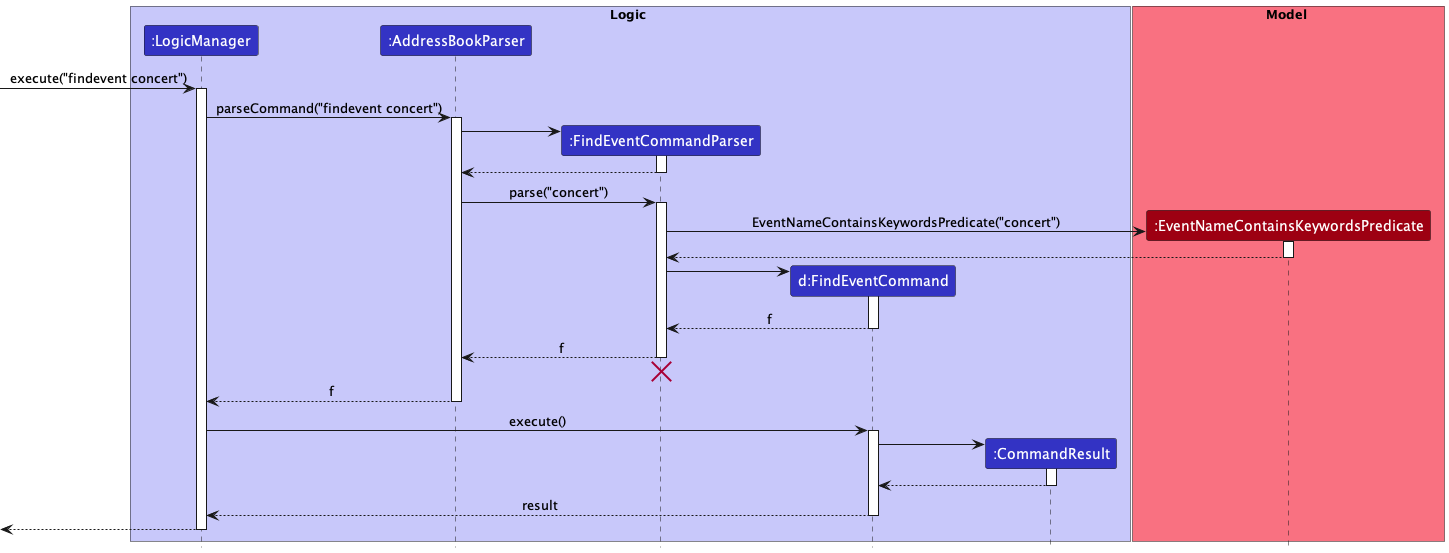
The PlantUML diagram docs/images/FindEventSequenceDiagram.png in nus-cs2103-AY2223S2/tp, before a commit.
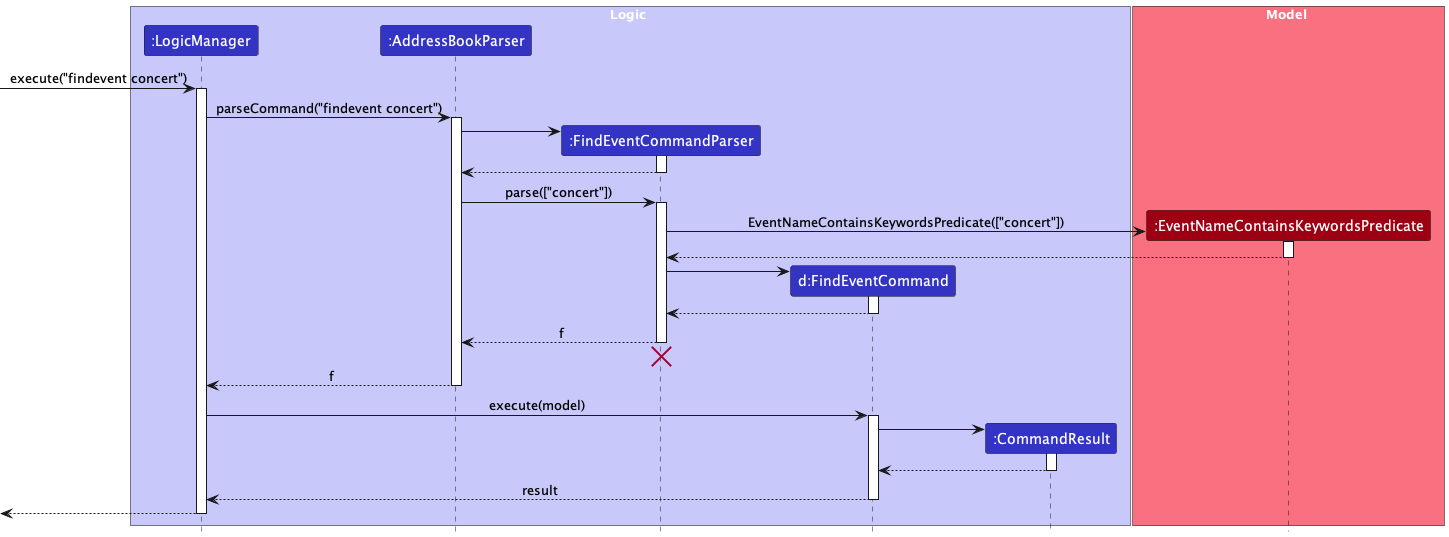
The same file after the commit.

Change to the diagram source:
```diff
@@ -26,11 +26,11 @@
 FindEventCommandParser --> AddressBookParser
 deactivate FindEventCommandParser
 
-AddressBookParser -> FindEventCommandParser : parse("concert")
+AddressBookParser -> FindEventCommandParser : parse(["concert"])
 activate FindEventCommandParser
 
 create EventNameContainsKeywordsPredicate
-FindEventCommandParser -> EventNameContainsKeywordsPredicate : EventNameContainsKeywordsPredicate("concert")
+FindEventCommandParser -> EventNameContainsKeywordsPredicate : EventNameContainsKeywordsPredicate(["concert"])
 activate EventNameContainsKeywordsPredicate
 
 EventNameContainsKeywordsPredicate--> FindEventCommandParser
@@ -40,7 +40,7 @@
 FindEventCommandParser -> FindEventCommand
 activate FindEventCommand
 
-FindEventCommand --> FindEventCommandParser : f
+FindEventCommand --> FindEventCommandParser :
 deactivate FindEventCommand
 
 FindEventCommandParser --> AddressBookParser : f
@@ -51,7 +51,7 @@
 AddressBookParser --> LogicManager : f
 deactivate AddressBookParser
 
-LogicManager -> FindEventCommand : execute()
+LogicManager -> FindEventCommand : execute(model)
 activate FindEventCommand
 
 create CommandResult
```
